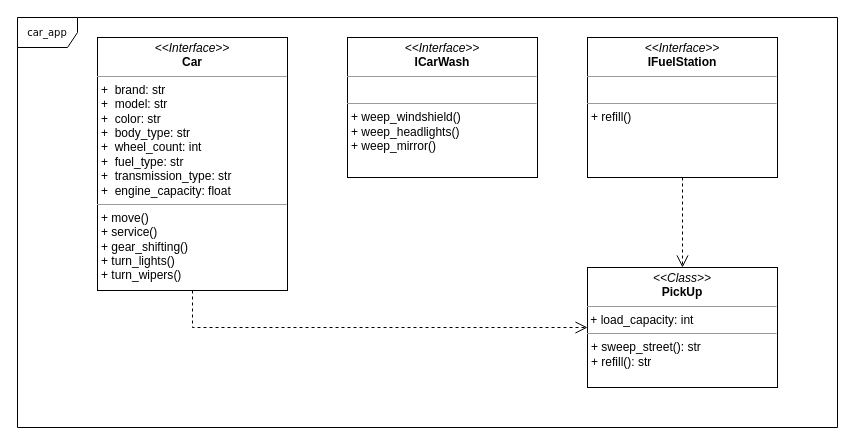
Earlier version of the draw.io diagram 1.drawio (karmusha/Arch4901). Source tidied: cells renumbered, new cells numbered last; positions are measured from the earlier drawing's top-left corner, leaving out a move shared by most shapes. Both pictures are drawn from the tidied source at 100%, with x=0, y=0 at pixel (17, 17).
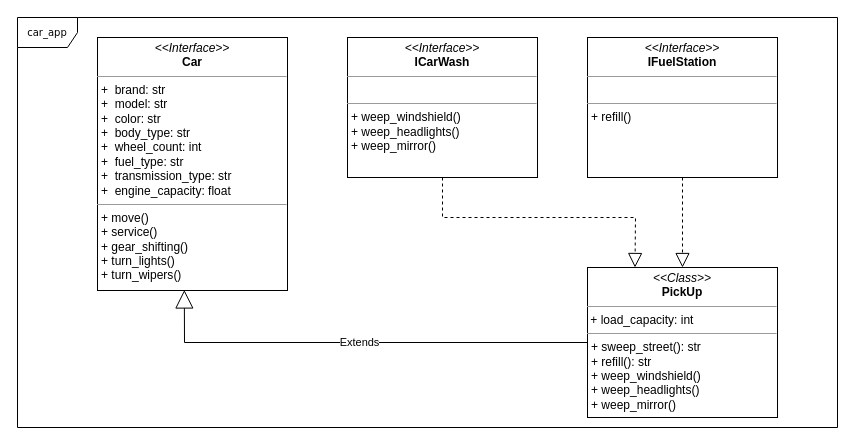
The same diagram, later.

Diff of the diagram source:
```diff
@@
 <mxGraphModel>
   <root>
     <mxCell id="0" />
     <mxCell id="1" parent="0" />
     <mxCell id="2" value="car_app" style="shape=umlFrame;whiteSpace=wrap;html=1;rounded=0;shadow=0;comic=0;labelBackgroundColor=none;strokeWidth=1;fontFamily=Verdana;fontSize=10;align=center;" parent="1" vertex="1">
       <mxGeometry width="820" height="410" as="geometry" />
     </mxCell>
-    <mxCell id="3" style="edgeStyle=orthogonalEdgeStyle;rounded=0;html=1;labelBackgroundColor=none;startFill=0;endArrow=open;endFill=0;endSize=10;fontFamily=Verdana;fontSize=10;dashed=1;entryX=0;entryY=0.5;entryDx=0;entryDy=0;exitX=0.5;exitY=1;exitDx=0;exitDy=0;" parent="1" edge="1" source="4" target="7">
-      <mxGeometry relative="1" as="geometry" />
-    </mxCell>
     <mxCell id="4" value="&lt;p style=&quot;margin:0px;margin-top:4px;text-align:center;&quot;&gt;&lt;i&gt;&amp;lt;&amp;lt;Interface&amp;gt;&amp;gt;&lt;/i&gt;&lt;br&gt;&lt;b&gt;Car&lt;/b&gt;&lt;/p&gt;&lt;hr size=&quot;1&quot;&gt;&lt;p style=&quot;margin:0px;margin-left:4px;&quot;&gt;+&amp;nbsp; brand: str&lt;/p&gt;&lt;p style=&quot;margin:0px;margin-left:4px;&quot;&gt;+&amp;nbsp; model: str&lt;/p&gt;&lt;p style=&quot;margin:0px;margin-left:4px;&quot;&gt;+&amp;nbsp; color: str&lt;/p&gt;&lt;p style=&quot;margin:0px;margin-left:4px;&quot;&gt;+&amp;nbsp; body_type: str&lt;/p&gt;&lt;p style=&quot;margin:0px;margin-left:4px;&quot;&gt;+&amp;nbsp; wheel_count: int&lt;/p&gt;&lt;p style=&quot;margin:0px;margin-left:4px;&quot;&gt;+&amp;nbsp; fuel_type: str&lt;/p&gt;&lt;p style=&quot;margin:0px;margin-left:4px;&quot;&gt;+&amp;nbsp; transmission_type: str&lt;/p&gt;&lt;p style=&quot;margin:0px;margin-left:4px;&quot;&gt;&lt;span style=&quot;background-color: initial;&quot;&gt;+&amp;nbsp; engine_capacity: float&lt;/span&gt;&lt;/p&gt;&lt;hr size=&quot;1&quot;&gt;&lt;p style=&quot;margin:0px;margin-left:4px;&quot;&gt;+&amp;nbsp;move()&lt;/p&gt;&lt;p style=&quot;margin:0px;margin-left:4px;&quot;&gt;+ service()&lt;/p&gt;&lt;p style=&quot;margin:0px;margin-left:4px;&quot;&gt;+ gear_shifting()&lt;/p&gt;&lt;p style=&quot;margin:0px;margin-left:4px;&quot;&gt;+ turn_lights()&lt;/p&gt;&lt;p style=&quot;margin:0px;margin-left:4px;&quot;&gt;&lt;span style=&quot;background-color: initial;&quot;&gt;+ turn_wipers&lt;/span&gt;()&lt;br&gt;&lt;/p&gt;" style="verticalAlign=top;align=left;overflow=fill;fontSize=12;fontFamily=Helvetica;html=1;rounded=0;shadow=0;comic=0;labelBackgroundColor=none;strokeWidth=1;" parent="1" vertex="1">
       <mxGeometry x="80" y="20" width="190" height="253" as="geometry" />
     </mxCell>
     <mxCell id="5" value="&lt;p style=&quot;margin:0px;margin-top:4px;text-align:center;&quot;&gt;&lt;i&gt;&amp;lt;&amp;lt;Interface&amp;gt;&amp;gt;&lt;/i&gt;&lt;br&gt;&lt;b&gt;ICarWash&lt;/b&gt;&lt;br&gt;&lt;/p&gt;&lt;hr size=&quot;1&quot;&gt;&lt;p style=&quot;margin:0px;margin-left:4px;&quot;&gt;&lt;br&gt;&lt;/p&gt;&lt;hr size=&quot;1&quot;&gt;&lt;p style=&quot;margin:0px;margin-left:4px;&quot;&gt;+ weep_windshield()&lt;br&gt;+ weep_headlights()&lt;/p&gt;&lt;p style=&quot;margin:0px;margin-left:4px;&quot;&gt;+&amp;nbsp;weep_mirror()&lt;/p&gt;" style="verticalAlign=top;align=left;overflow=fill;fontSize=12;fontFamily=Helvetica;html=1;rounded=0;shadow=0;comic=0;labelBackgroundColor=none;strokeWidth=1;" parent="1" vertex="1">
       <mxGeometry x="330" y="20" width="190" height="140" as="geometry" />
     </mxCell>
     <mxCell id="6" value="&lt;p style=&quot;margin:0px;margin-top:4px;text-align:center;&quot;&gt;&lt;i&gt;&amp;lt;&amp;lt;Interface&amp;gt;&amp;gt;&lt;/i&gt;&lt;br&gt;&lt;b&gt;IFuelStation&lt;/b&gt;&lt;br&gt;&lt;/p&gt;&lt;hr size=&quot;1&quot;&gt;&lt;p style=&quot;margin:0px;margin-left:4px;&quot;&gt;&lt;br&gt;&lt;/p&gt;&lt;hr size=&quot;1&quot;&gt;&lt;p style=&quot;margin:0px;margin-left:4px;&quot;&gt;+ refill()&lt;br&gt;&lt;br&gt;&lt;/p&gt;" style="verticalAlign=top;align=left;overflow=fill;fontSize=12;fontFamily=Helvetica;html=1;rounded=0;shadow=0;comic=0;labelBackgroundColor=none;strokeWidth=1;" parent="1" vertex="1">
       <mxGeometry x="570" y="20" width="190" height="140" as="geometry" />
     </mxCell>
-    <mxCell id="7" value="&lt;p style=&quot;margin:0px;margin-top:4px;text-align:center;&quot;&gt;&lt;i&gt;&amp;lt;&amp;lt;Class&amp;gt;&amp;gt;&lt;/i&gt;&lt;br&gt;&lt;b&gt;PickUp&lt;/b&gt;&lt;br&gt;&lt;/p&gt;&lt;hr size=&quot;1&quot;&gt;&lt;p style=&quot;margin:0px;margin-left:4px;&quot;&gt;&lt;/p&gt;&amp;nbsp;+ load_capacity: int&lt;hr size=&quot;1&quot;&gt;&lt;p style=&quot;margin:0px;margin-left:4px;&quot;&gt;+&amp;nbsp;sweep_street&lt;span style=&quot;background-color: initial;&quot;&gt;(): str&lt;/span&gt;&lt;/p&gt;&lt;p style=&quot;margin:0px;margin-left:4px;&quot;&gt;+&amp;nbsp;refill(): str&lt;/p&gt;" style="verticalAlign=top;align=left;overflow=fill;fontSize=12;fontFamily=Helvetica;html=1;rounded=0;shadow=0;comic=0;labelBackgroundColor=none;strokeWidth=1;" parent="1" vertex="1">
-      <mxGeometry x="570" y="250" width="190" height="120" as="geometry" />
+    <mxCell id="7" value="&lt;p style=&quot;margin:0px;margin-top:4px;text-align:center;&quot;&gt;&lt;i&gt;&amp;lt;&amp;lt;Class&amp;gt;&amp;gt;&lt;/i&gt;&lt;br&gt;&lt;b&gt;PickUp&lt;/b&gt;&lt;br&gt;&lt;/p&gt;&lt;hr size=&quot;1&quot;&gt;&lt;p style=&quot;margin:0px;margin-left:4px;&quot;&gt;&lt;/p&gt;&amp;nbsp;+ load_capacity: int&lt;hr size=&quot;1&quot;&gt;&lt;p style=&quot;margin:0px;margin-left:4px;&quot;&gt;+&amp;nbsp;sweep_street&lt;span style=&quot;background-color: initial;&quot;&gt;(): str&lt;/span&gt;&lt;/p&gt;&lt;p style=&quot;margin:0px;margin-left:4px;&quot;&gt;+&amp;nbsp;refill(): str&lt;/p&gt;&lt;p style=&quot;border-color: var(--border-color); margin: 0px 0px 0px 4px;&quot;&gt;+ weep_windshield()&lt;br style=&quot;border-color: var(--border-color);&quot;&gt;+ weep_headlights()&lt;/p&gt;&lt;p style=&quot;border-color: var(--border-color); margin: 0px 0px 0px 4px;&quot;&gt;+&amp;nbsp;weep_mirror()&lt;/p&gt;" style="verticalAlign=top;align=left;overflow=fill;fontSize=12;fontFamily=Helvetica;html=1;rounded=0;shadow=0;comic=0;labelBackgroundColor=none;strokeWidth=1;" parent="1" vertex="1">
+      <mxGeometry x="570" y="250" width="190" height="150" as="geometry" />
     </mxCell>
+    <mxCell id="9" value="Extends" style="endArrow=block;endSize=16;endFill=0;html=1;rounded=0;exitX=0;exitY=0.5;exitDx=0;exitDy=0;entryX=0.457;entryY=0.998;entryDx=0;entryDy=0;entryPerimeter=0;" parent="1" edge="1" source="7" target="4">
+      <mxGeometry relative="1" as="geometry">
+        <Array as="points">
+          <mxPoint x="167" y="325" />
+        </Array>
+      </mxGeometry>
+    </mxCell>
-    <mxCell id="8" style="edgeStyle=orthogonalEdgeStyle;rounded=0;html=1;labelBackgroundColor=none;startFill=0;endArrow=open;endFill=0;endSize=10;fontFamily=Verdana;fontSize=10;dashed=1;exitX=0.5;exitY=1;exitDx=0;exitDy=0;entryX=0.5;entryY=0;entryDx=0;entryDy=0;" parent="1" edge="1" source="6" target="7">
+    <mxCell id="8" style="endArrow=block;dashed=1;endFill=0;endSize=12;html=1;rounded=0;exitX=0.5;exitY=1;exitDx=0;exitDy=0;" parent="1" edge="1" source="6" target="7">
       <mxGeometry relative="1" as="geometry" />
     </mxCell>
+    <mxCell id="10" style="endArrow=block;dashed=1;endFill=0;endSize=12;html=1;rounded=0;entryX=0.25;entryY=0;entryDx=0;entryDy=0;exitX=0.5;exitY=1;exitDx=0;exitDy=0;" parent="1" edge="1" source="5" target="7">
+      <mxGeometry relative="1" as="geometry">
+        <Array as="points">
+          <mxPoint x="425" y="200" />
+          <mxPoint x="618" y="200" />
+        </Array>
+      </mxGeometry>
+    </mxCell>
   </root>
 </mxGraphModel>
```
